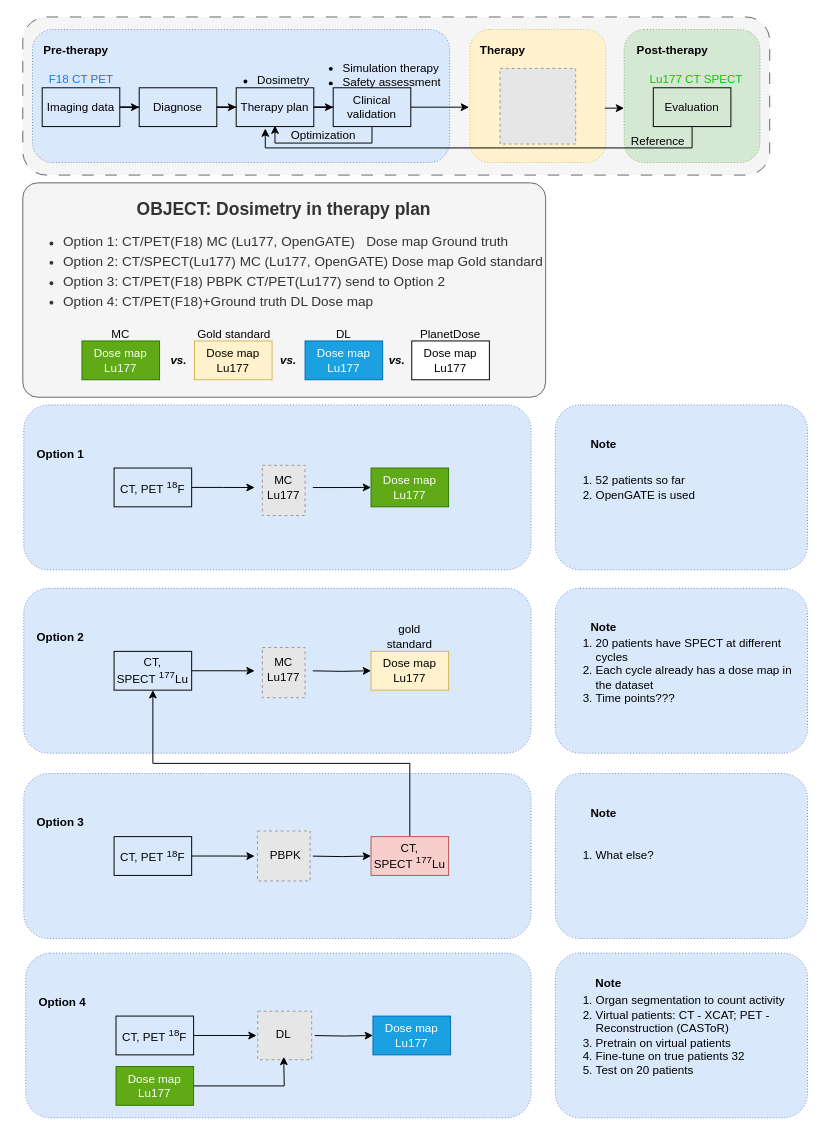
This is page "workflow" (5 of 5) of Fig_CS/source-file/work_treatment.drawio from jizhang02/Figure-Factory, a draw.io file, before an edit. Source tidied: cells renumbered, new cells numbered last; positions are measured from the earlier drawing's top-left corner, leaving out a move shared by most shapes. Both pictures are drawn from the tidied source at 97%, with x=0, y=0 at pixel (16, 16). Pictures stored in the file or linked from it are replaced by grey dashed boxes.
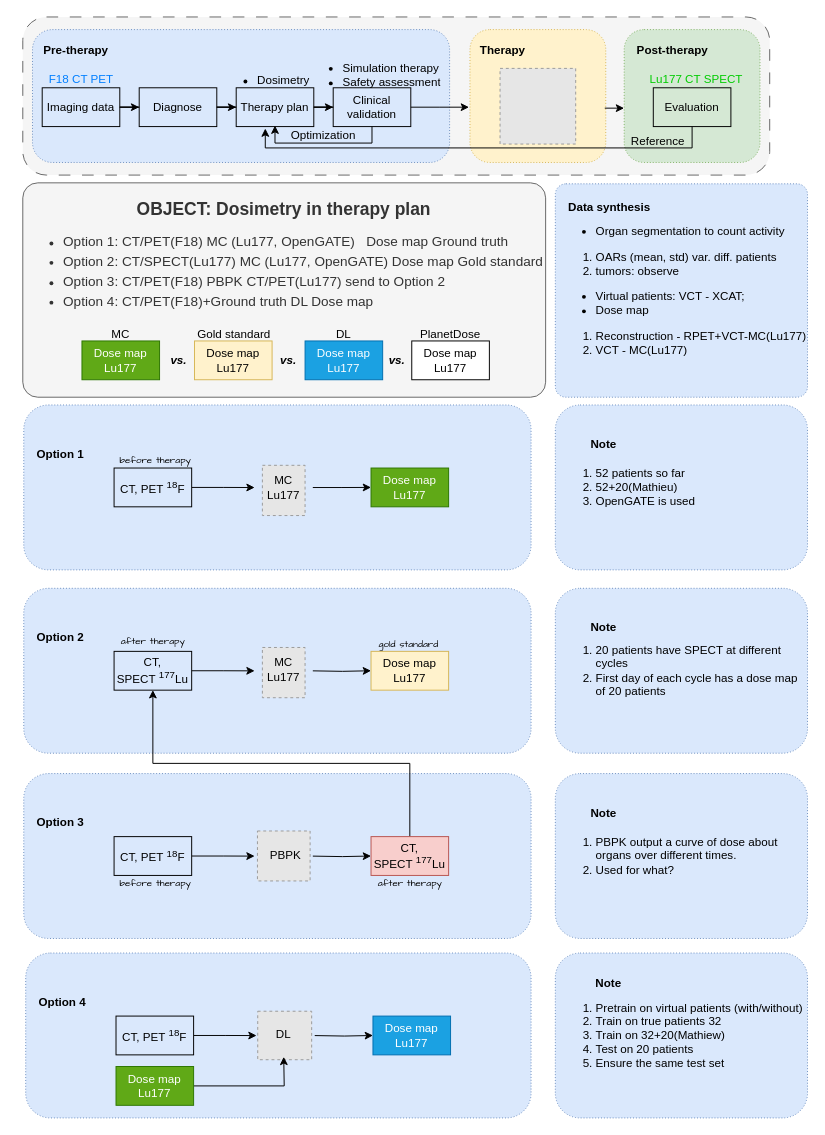
The same diagram, later.

The edit, as a diff of the source:
```diff
@@
-    <mxCell id="44" value="gold standard" style="text;html=1;strokeColor=none;fillColor=none;align=center;verticalAlign=middle;whiteSpace=wrap;rounded=0;" parent="1" vertex="1">
-      <mxGeometry x="375" y="624" width="60" height="30" as="geometry" />
+    <mxCell id="44" value="&lt;font face=&quot;Comic Sans MS&quot; style=&quot;font-size: 10px;&quot;&gt;gold standard&lt;/font&gt;" style="text;html=1;strokeColor=none;fillColor=none;align=center;verticalAlign=middle;whiteSpace=wrap;rounded=0;fontSize=10;" parent="1" vertex="1">
+      <mxGeometry x="364" y="631" width="80" height="30" as="geometry" />
     </mxCell>
@@
-    <mxCell id="78" value="&lt;ol&gt;&lt;li&gt;Organ segmentation to count activity&lt;/li&gt;&lt;li&gt;Virtual patients: CT - XCAT; PET - Reconstruction (CASToR)&lt;/li&gt;&lt;li&gt;Pretrain on virtual patients&lt;/li&gt;&lt;li&gt;Fine-tune on true patients 32&lt;/li&gt;&lt;li&gt;Test on 20 patients&lt;/li&gt;&lt;/ol&gt;" style="rounded=1;whiteSpace=wrap;html=1;dashed=1;dashPattern=1 2;fillColor=#dae8fc;strokeColor=#6c8ebf;align=left;" parent="1" vertex="1">
+    <mxCell id="78" value="&lt;ol&gt;&lt;li&gt;Pretrain on virtual patients (with/without)&lt;/li&gt;&lt;li&gt;Train on true patients 32&lt;/li&gt;&lt;li&gt;Train on 32+20(Mathiew)&lt;/li&gt;&lt;li&gt;Test on 20 patients&lt;/li&gt;&lt;li style=&quot;border-color: var(--border-color);&quot;&gt;Ensure the same test set&lt;/li&gt;&lt;/ol&gt;" style="rounded=1;whiteSpace=wrap;html=1;dashed=1;dashPattern=1 2;fillColor=#dae8fc;strokeColor=#6c8ebf;align=left;" parent="1" vertex="1">
       <mxGeometry x="555" y="965" width="260" height="170" as="geometry" />
     </mxCell>
-    <mxCell id="79" value="&lt;ol&gt;&lt;li&gt;20 patients have SPECT at different cycles&lt;/li&gt;&lt;li&gt;Each cycle already has a dose map in the dataset&lt;/li&gt;&lt;li&gt;Time points???&lt;/li&gt;&lt;/ol&gt;" style="rounded=1;whiteSpace=wrap;html=1;dashed=1;dashPattern=1 2;fillColor=#dae8fc;strokeColor=#6c8ebf;align=left;" parent="1" vertex="1">
+    <mxCell id="79" value="&lt;ol&gt;&lt;li&gt;20 patients have SPECT at different cycles&lt;/li&gt;&lt;li&gt;First day of each cycle has a dose map of 20 patients&lt;/li&gt;&lt;/ol&gt;" style="rounded=1;whiteSpace=wrap;html=1;dashed=1;dashPattern=1 2;fillColor=#dae8fc;strokeColor=#6c8ebf;align=left;" parent="1" vertex="1">
       <mxGeometry x="555" y="589" width="260" height="170" as="geometry" />
     </mxCell>
@@
-    <mxCell id="82" value="&lt;ol&gt;&lt;li&gt;52 patients so far&lt;/li&gt;&lt;li&gt;OpenGATE is used&lt;/li&gt;&lt;/ol&gt;" style="rounded=1;whiteSpace=wrap;html=1;dashed=1;dashPattern=1 2;fillColor=#dae8fc;strokeColor=#6c8ebf;align=left;" parent="1" vertex="1">
+    <mxCell id="82" value="&lt;ol&gt;&lt;li&gt;52 patients so far&lt;/li&gt;&lt;li&gt;52+20(Mathieu)&lt;/li&gt;&lt;li&gt;OpenGATE is used&lt;/li&gt;&lt;/ol&gt;" style="rounded=1;whiteSpace=wrap;html=1;dashed=1;dashPattern=1 2;fillColor=#dae8fc;strokeColor=#6c8ebf;align=left;" parent="1" vertex="1">
       <mxGeometry x="555" y="400" width="260" height="170" as="geometry" />
     </mxCell>
@@
-    <mxCell id="84" value="&lt;ol&gt;&lt;li&gt;What else?&lt;/li&gt;&lt;/ol&gt;" style="rounded=1;whiteSpace=wrap;html=1;dashed=1;dashPattern=1 2;fillColor=#dae8fc;strokeColor=#6c8ebf;align=left;" parent="1" vertex="1">
+    <mxCell id="84" value="&lt;ol&gt;&lt;li&gt;PBPK output a curve of dose about organs over different times.&lt;/li&gt;&lt;li&gt;Used for what?&lt;/li&gt;&lt;/ol&gt;" style="rounded=1;whiteSpace=wrap;html=1;dashed=1;dashPattern=1 2;fillColor=#dae8fc;strokeColor=#6c8ebf;align=left;" parent="1" vertex="1">
       <mxGeometry x="555" y="780" width="260" height="170" as="geometry" />
     </mxCell>
@@
+    <mxCell id="86" value="before therapy" style="text;html=1;strokeColor=none;fillColor=none;align=center;verticalAlign=middle;whiteSpace=wrap;rounded=0;fontColor=#000000;fontFamily=Comic Sans MS;fontSize=10;" parent="1" vertex="1">
+      <mxGeometry x="95.6" y="441" width="94.4" height="30" as="geometry" />
+    </mxCell>
+    <mxCell id="87" value="after therapy" style="text;html=1;strokeColor=none;fillColor=none;align=center;verticalAlign=middle;whiteSpace=wrap;rounded=0;fontColor=#000000;fontFamily=Comic Sans MS;fontSize=10;" parent="1" vertex="1">
+      <mxGeometry x="99.1" y="628" width="83" height="30" as="geometry" />
+    </mxCell>
+    <mxCell id="88" value="&lt;ul style=&quot;line-height: 120%;&quot;&gt;&lt;li&gt;&lt;span style=&quot;background-color: initial;&quot;&gt;Organ segmentation to count activity&lt;/span&gt;&lt;/li&gt;&lt;/ul&gt;&lt;ol&gt;&lt;li&gt;&lt;span style=&quot;background-color: initial;&quot;&gt;OARs (mean, std) var. diff. patients&lt;/span&gt;&lt;/li&gt;&lt;li&gt;&lt;span style=&quot;background-color: initial;&quot;&gt;tumors: observe&lt;/span&gt;&lt;/li&gt;&lt;/ol&gt;&lt;ul style=&quot;line-height: 120%;&quot;&gt;&lt;li&gt;&lt;span style=&quot;background-color: initial;&quot;&gt;Virtual patients: VCT - XCAT;&lt;/span&gt;&lt;/li&gt;&lt;li&gt;&lt;span style=&quot;background-color: initial;&quot;&gt;Dose map&lt;/span&gt;&lt;/li&gt;&lt;/ul&gt;&lt;ol&gt;&lt;li&gt;&lt;span style=&quot;background-color: initial;&quot;&gt;Reconstruction - RPET+VC&lt;/span&gt;&lt;span style=&quot;background-color: initial;&quot;&gt;T-MC(Lu177)&lt;/span&gt;&lt;/li&gt;&lt;li&gt;&lt;span style=&quot;background-color: initial;&quot;&gt;VCT - MC(Lu177)&lt;/span&gt;&lt;br&gt;&lt;/li&gt;&lt;/ol&gt;" style="rounded=1;whiteSpace=wrap;html=1;dashed=1;dashPattern=1 2;fillColor=#dae8fc;strokeColor=#6c8ebf;align=left;arcSize=5;" parent="1" vertex="1">
+      <mxGeometry x="555" y="172" width="260" height="220" as="geometry" />
+    </mxCell>
+    <mxCell id="89" value="Data synthesis" style="text;html=1;strokeColor=none;fillColor=none;align=center;verticalAlign=middle;whiteSpace=wrap;rounded=0;fontStyle=1;" parent="1" vertex="1">
+      <mxGeometry x="566" y="182" width="90" height="30" as="geometry" />
+    </mxCell>
+    <mxCell id="90" value="before therapy" style="text;html=1;strokeColor=none;fillColor=none;align=center;verticalAlign=middle;whiteSpace=wrap;rounded=0;fontColor=#000000;fontFamily=Comic Sans MS;fontSize=10;" parent="1" vertex="1">
+      <mxGeometry x="95.6" y="877" width="94.4" height="30" as="geometry" />
+    </mxCell>
+    <mxCell id="91" value="after therapy" style="text;html=1;strokeColor=none;fillColor=none;align=center;verticalAlign=middle;whiteSpace=wrap;rounded=0;fontColor=#000000;fontFamily=Comic Sans MS;fontSize=10;" parent="1" vertex="1">
+      <mxGeometry x="363.5" y="877" width="83" height="30" as="geometry" />
+    </mxCell>
```
